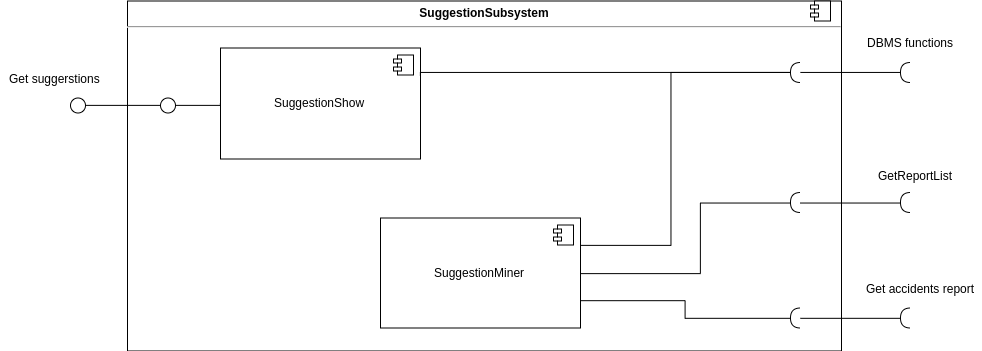
Before: DD/images/SuggestionSubsystem-components-diagram.png, a diagram exported from draw.io (f3d0ss/CazzolaDotti-se2). Source tidied: cells renumbered, new cells last; positions are measured from the earlier drawing's top-left corner, leaving out a move shared by most shapes.
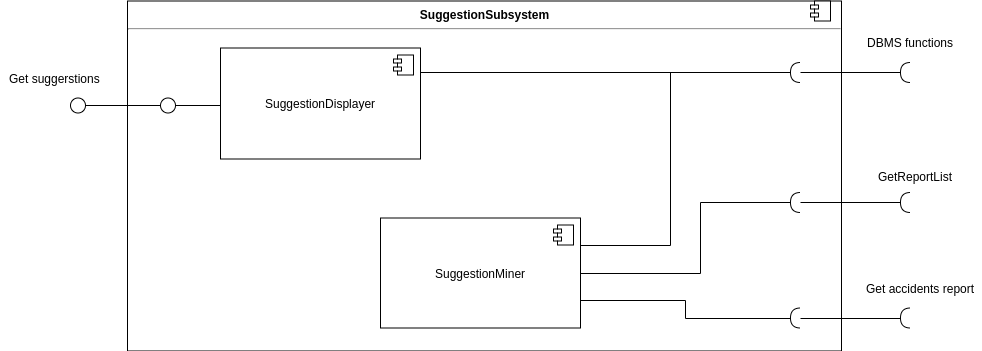
Above is the later version.

The edit, as a diff of the source:
```diff
@@ -5,7 +5,7 @@
     <mxCell id="2" value="&lt;p style=&quot;margin: 0px ; margin-top: 6px ; text-align: center&quot;&gt;&lt;b&gt;SuggestionSubsystem&lt;/b&gt;&lt;/p&gt;&lt;hr&gt;&lt;p style=&quot;margin: 0px ; margin-left: 8px&quot;&gt;&lt;br&gt;&lt;/p&gt;" style="align=left;overflow=fill;html=1;" parent="1" vertex="1">
       <mxGeometry x="127" y="0.5" width="714" height="350" as="geometry" />
     </mxCell>
-    <mxCell id="3" value="SuggestionShow" style="html=1;" parent="1" vertex="1">
+    <mxCell id="3" value="SuggestionDisplayer" style="html=1;" parent="1" vertex="1">
       <mxGeometry x="220" y="47.5" width="200" height="111" as="geometry" />
     </mxCell>
     <mxCell id="4" style="shape=component;jettyWidth=8;jettyHeight=4;" parent="3" vertex="1">
```
